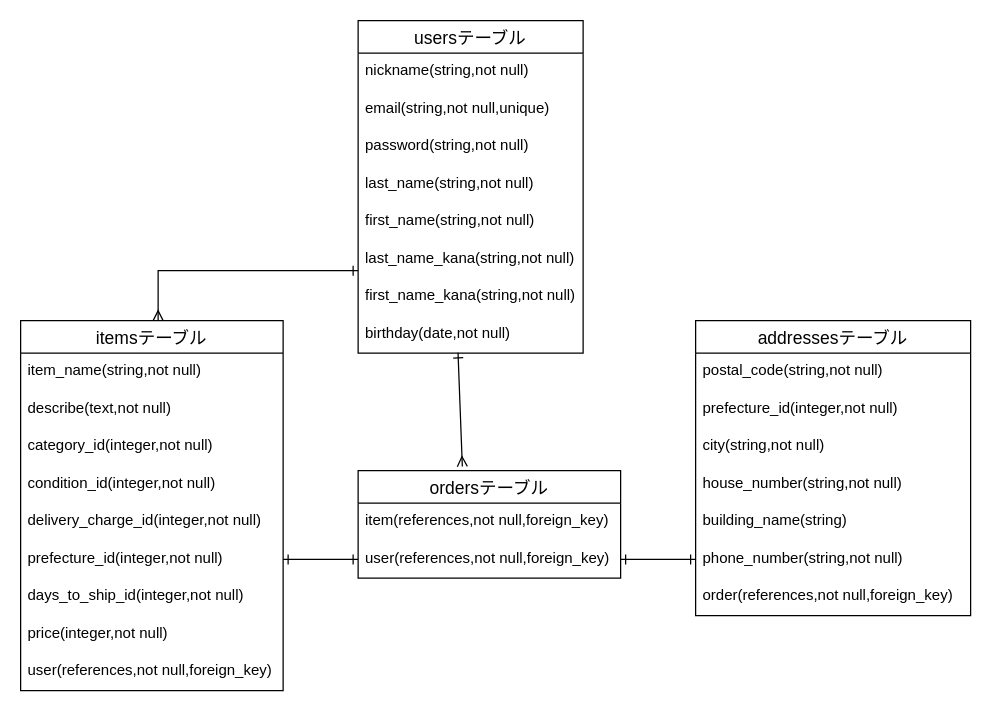
Earlier version of the draw.io diagram furima.dio (hidekazudazoo/furima-38653). Source tidied: cells renumbered, new cells numbered last; positions are measured from the earlier drawing's top-left corner, leaving out a move shared by most shapes. Both pictures are drawn from the tidied source at 125%, with x=0, y=0 at pixel (20, 20).
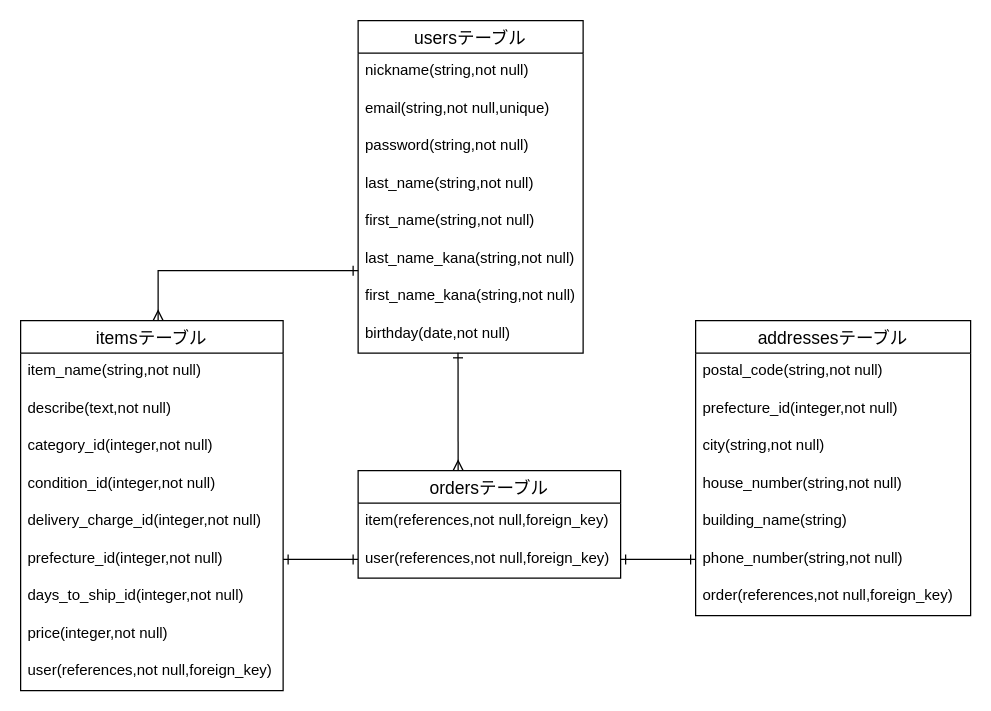
Above is the later version.

Unchanged cells that the change refers to:
```xml
<mxCell id="10" value="birthday(date,not null)" style="text;strokeColor=none;fillColor=none;spacingLeft=4;spacingRight=4;overflow=hidden;points=[[0,0.5],[1,0.5]];portConstraint=eastwest;fontSize=12;" parent="2" vertex="1">
  <mxGeometry y="236" width="180" height="30" as="geometry" />
</mxCell>
<mxCell id="31" value="ordersテーブル" style="swimlane;fontStyle=0;horizontal=1;startSize=26;align=center;fontSize=14;" parent="1" vertex="1">
  <mxGeometry x="270" y="360" width="210" height="86" as="geometry" />
</mxCell>
```

Change to the diagram source:
```diff
@@
-    <mxCell id="35" style="edgeStyle=none;rounded=0;html=1;entryX=0.397;entryY=-0.038;entryDx=0;entryDy=0;startArrow=ERone;startFill=0;endArrow=ERmany;endFill=0;entryPerimeter=0;exitX=0.444;exitY=0.992;exitDx=0;exitDy=0;exitPerimeter=0;" parent="1" edge="1" source="10" target="31">
-      <mxGeometry relative="1" as="geometry" />
+    <mxCell id="35" style="edgeStyle=none;rounded=0;html=1;startArrow=ERone;startFill=0;endArrow=ERmany;endFill=0;exitX=0.444;exitY=0.992;exitDx=0;exitDy=0;exitPerimeter=0;" parent="1" edge="1" source="10">
+      <mxGeometry relative="1" as="geometry">
+        <mxPoint x="350" y="360" as="targetPoint" />
+      </mxGeometry>
     </mxCell>
```
